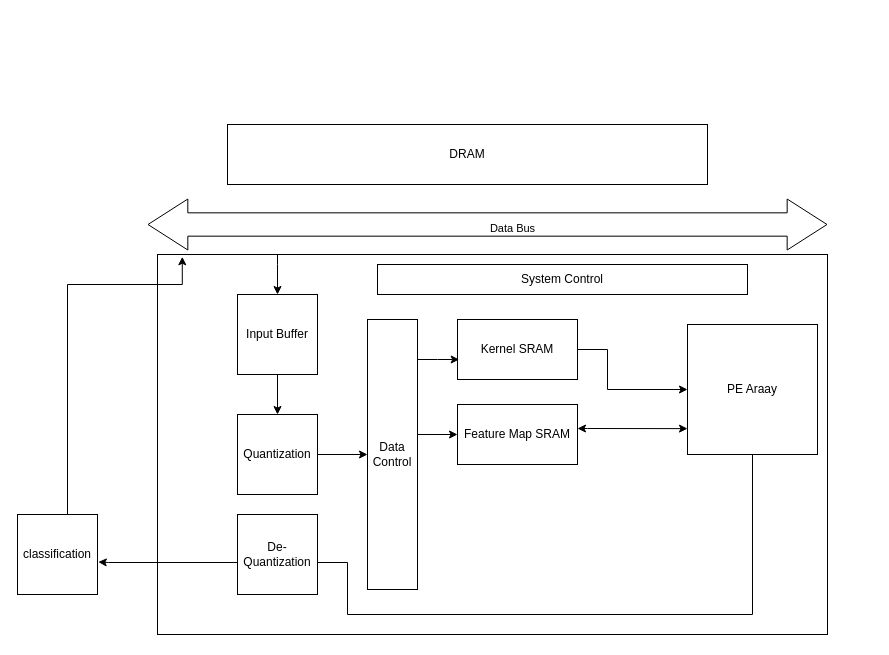
jihuien/ML100Days keeps this draw.io diagram as 未命名绘图.drawio. Above is the earlier version. Source tidied: cells renumbered, new cells numbered last; positions are measured from the earlier drawing's top-left corner, leaving out a move shared by most shapes. Both pictures are drawn from the tidied source at 100%, with x=0, y=0 at pixel (17, 124).
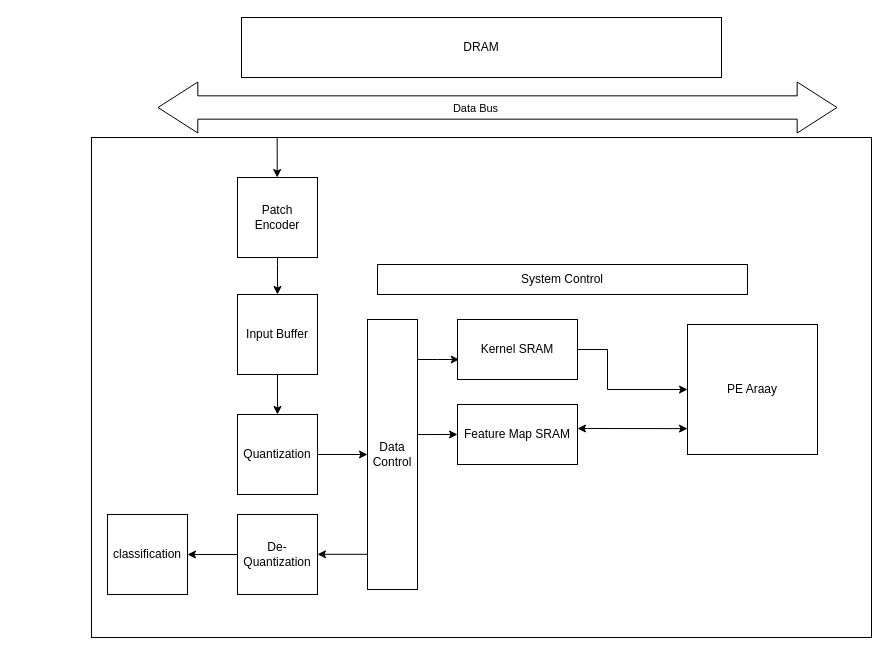
The same diagram, later.

Commit message:
更新未命名绘图.drawio

Unchanged cells that the change refers to:
```xml
<mxCell id="6" value="PE Araay" style="whiteSpace=wrap;html=1;" parent="1" vertex="1">
  <mxGeometry x="670" y="200" width="130" height="130" as="geometry" />
</mxCell>
<mxCell id="21" value="De-Quantization" style="whiteSpace=wrap;html=1;" parent="1" vertex="1">
  <mxGeometry x="220" y="390" width="80" height="80" as="geometry" />
</mxCell>
```

The edit, as a diff of the source:
```diff
@@
     <mxCell id="2" value="DRAM" style="rounded=0;whiteSpace=wrap;html=1;" parent="1" vertex="1">
-      <mxGeometry x="210" width="480" height="60" as="geometry" />
+      <mxGeometry x="224" y="-107" width="480" height="60" as="geometry" />
     </mxCell>
     <mxCell id="3" style="rounded=0;whiteSpace=wrap;html=1;" parent="1" vertex="1">
-      <mxGeometry x="140" y="130" width="670" height="380" as="geometry" />
+      <mxGeometry x="74" y="13" width="780" height="500" as="geometry" />
     </mxCell>
@@
     <mxCell id="16" value="classification" style="whiteSpace=wrap;html=1;" parent="1" vertex="1">
-      <mxGeometry y="390" width="80" height="80" as="geometry" />
+      <mxGeometry x="90" y="390" width="80" height="80" as="geometry" />
     </mxCell>
@@
-    <mxCell id="19" style="edgeStyle=orthogonalEdgeStyle;rounded=0;jettySize=auto;html=1;entryX=1.01;entryY=0.594;entryDx=0;entryDy=0;entryPerimeter=0;" parent="1" edge="1" source="6" target="16">
-      <mxGeometry relative="1" as="geometry">
-        <Array as="points">
-          <mxPoint x="735" y="490" />
-          <mxPoint x="330" y="490" />
-          <mxPoint x="330" y="438" />
-          <mxPoint x="91" y="438" />
-        </Array>
-      </mxGeometry>
-    </mxCell>
-    <mxCell id="20" style="edgeStyle=orthogonalEdgeStyle;rounded=0;jettySize=auto;html=1;entryX=0.037;entryY=0.006;entryDx=0;entryDy=0;entryPerimeter=0;" parent="1" edge="1" source="16" target="3">
-      <mxGeometry relative="1" as="geometry">
-        <Array as="points">
-          <mxPoint x="50" y="160" />
-          <mxPoint x="165" y="160" />
-        </Array>
-      </mxGeometry>
-    </mxCell>
+    <mxCell id="24" style="edgeStyle=orthogonalEdgeStyle;rounded=0;jettySize=auto;html=1;" parent="1" edge="1" source="21" target="16">
+      <mxGeometry relative="1" as="geometry" />
+    </mxCell>
@@
     <mxCell id="22" style="shape=flexArrow;endArrow=classic;startArrow=classic;html=1;rounded=0;startWidth=26.666666666666668;startSize=12.941666666666666;endWidth=26.666666666666668;endSize=12.941666666666666;width=23.333333333333336;" parent="1" edge="1">
       <mxGeometry relative="1" as="geometry">
-        <mxPoint x="130" y="100" as="sourcePoint" />
-        <mxPoint x="810" y="100" as="targetPoint" />
+        <mxPoint x="140" y="-17" as="sourcePoint" />
+        <mxPoint x="820" y="-17" as="targetPoint" />
       </mxGeometry>
     </mxCell>
     <mxCell id="23" value="Data Bus" style="edgeLabel;html=1;align=center;verticalAlign=middle;" parent="22" vertex="1">
       <mxGeometry x="0.07" y="-2" relative="1" as="geometry">
-        <mxPoint y="1" as="offset" />
+        <mxPoint x="-47" y="-2" as="offset" />
       </mxGeometry>
     </mxCell>
+    <mxCell id="25" value="Patch Encoder" style="whiteSpace=wrap;html=1;" parent="1" vertex="1">
+      <mxGeometry x="220" y="53" width="80" height="80" as="geometry" />
+    </mxCell>
+    <mxCell id="26" style="edgeStyle=orthogonalEdgeStyle;rounded=0;orthogonalLoop=1;jettySize=auto;html=1;" parent="1" edge="1">
+      <mxGeometry relative="1" as="geometry">
+        <mxPoint x="350" y="429.8" as="sourcePoint" />
+        <mxPoint x="300" y="429.8" as="targetPoint" />
+      </mxGeometry>
+    </mxCell>
+    <mxCell id="27" style="endArrow=classic;html=1;rounded=0;entryX=0.5;entryY=0;entryDx=0;entryDy=0;" parent="1" edge="1">
+      <mxGeometry relative="1" as="geometry">
+        <mxPoint x="259.7" y="13" as="sourcePoint" />
+        <mxPoint x="259.7" y="53" as="targetPoint" />
+        <Array as="points">
+          <mxPoint x="259.7" y="23" />
+        </Array>
+      </mxGeometry>
+    </mxCell>
```
